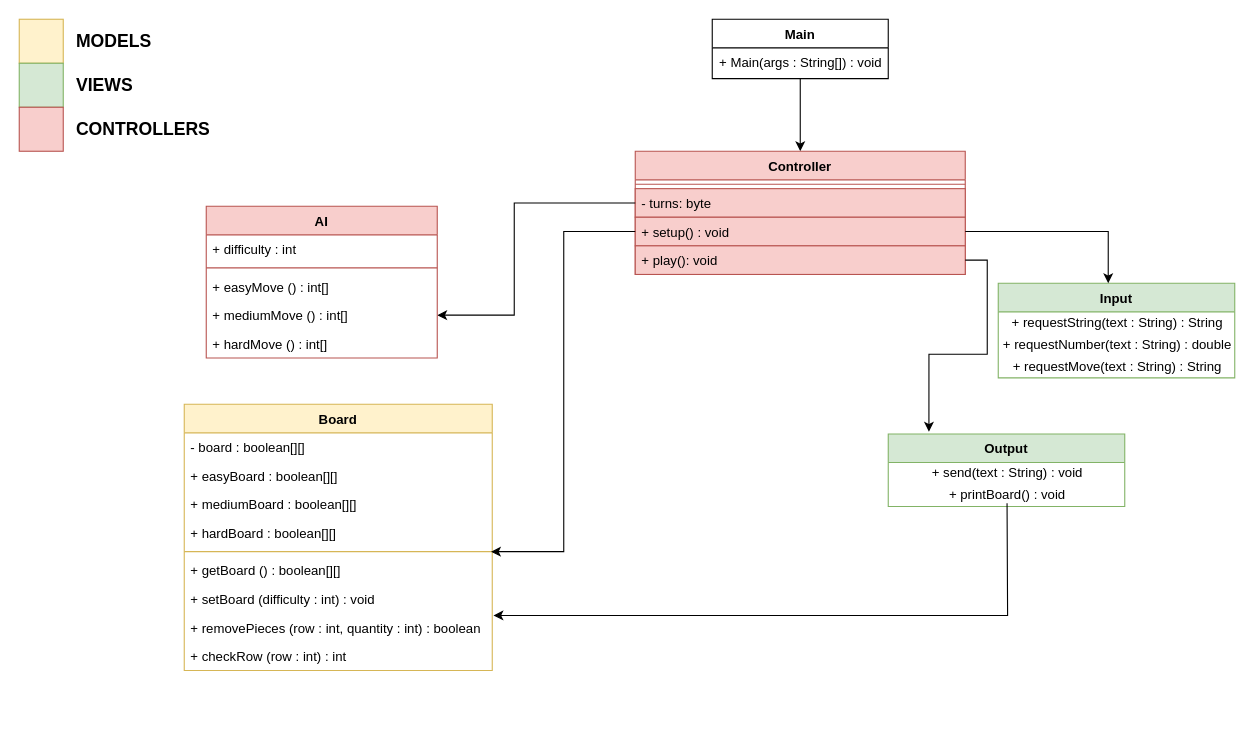
EShrestha/PSE-GameOfNim keeps this draw.io diagram as UML-PSE.drawio. Above is the earlier version. Source tidied: cells renumbered, new cells numbered last; positions are measured from the earlier drawing's top-left corner, leaving out a move shared by most shapes. Both pictures are drawn from the tidied source at 110%, with x=0, y=0 at pixel (19, 19).
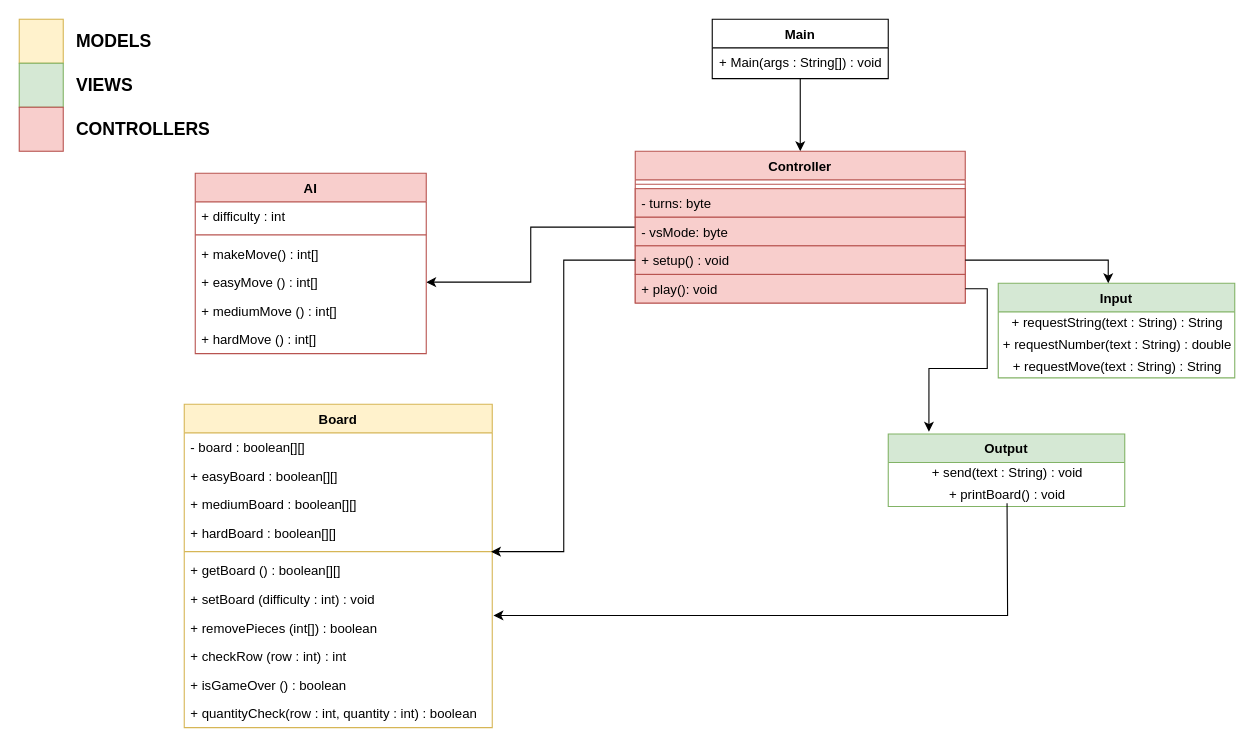
After the change.

Unchanged cells that the change refers to:
```xml
<mxCell id="20" value="- turns: byte" style="text;strokeColor=#b85450;fillColor=#f8cecc;align=left;verticalAlign=top;spacingLeft=4;spacingRight=4;overflow=hidden;points=[[0,0.5],[1,0.5]];portConstraint=eastwest;" parent="18" vertex="1">
  <mxGeometry y="34" width="300" height="26" as="geometry" />
</mxCell>
```

Change to the diagram source:
```diff
@@
+    <mxCell id="44" style="edgeStyle=orthogonalEdgeStyle;rounded=0;jettySize=auto;html=1;exitX=0;exitY=0.5;exitDx=0;exitDy=0;entryX=1;entryY=0.5;entryDx=0;entryDy=0;" parent="1" edge="1" source="18" target="48">
+      <mxGeometry relative="1" as="geometry" />
+    </mxCell>
     <mxCell id="18" value="Controller" style="swimlane;fontStyle=1;align=center;verticalAlign=top;horizontal=1;startSize=26;fillColor=#f8cecc;strokeColor=#b85450;" parent="1" vertex="1">
-      <mxGeometry x="560" y="120" width="300" height="112" as="geometry" />
+      <mxGeometry x="560" y="120" width="300" height="138" as="geometry" />
     </mxCell>
@@
+    <mxCell id="45" value="- vsMode: byte" style="text;strokeColor=#b85450;fillColor=#f8cecc;align=left;verticalAlign=top;spacingLeft=4;spacingRight=4;overflow=hidden;" parent="18" vertex="1">
+      <mxGeometry y="60" width="300" height="26" as="geometry" />
+    </mxCell>
     <mxCell id="21" value="+ setup() : void" style="text;strokeColor=#b85450;fillColor=#f8cecc;align=left;verticalAlign=top;spacingLeft=4;spacingRight=4;overflow=hidden;points=[[0,0.5],[1,0.5]];portConstraint=eastwest;" parent="18" vertex="1">
-      <mxGeometry y="60" width="300" height="26" as="geometry" />
+      <mxGeometry y="86" width="300" height="26" as="geometry" />
     </mxCell>
     <mxCell id="22" value="+ play(): void" style="text;strokeColor=#b85450;fillColor=#f8cecc;align=left;verticalAlign=top;spacingLeft=4;spacingRight=4;overflow=hidden;points=[[0,0.5],[1,0.5]];portConstraint=eastwest;" parent="18" vertex="1">
-      <mxGeometry y="86" width="300" height="26" as="geometry" />
+      <mxGeometry y="112" width="300" height="26" as="geometry" />
     </mxCell>
     <mxCell id="23" value="Board" style="swimlane;fontStyle=1;align=center;verticalAlign=top;horizontal=1;startSize=26;fillColor=#fff2cc;strokeColor=#d6b656;" parent="1" vertex="1">
-      <mxGeometry x="150" y="350" width="280" height="242" as="geometry" />
+      <mxGeometry x="150" y="350" width="280" height="294" as="geometry" />
     </mxCell>
@@
-    <mxCell id="31" value="+ removePieces (row : int, quantity : int) : boolean" style="text;fillColor=none;align=left;verticalAlign=top;spacingLeft=4;spacingRight=4;overflow=hidden;points=[[0,0.5],[1,0.5]];portConstraint=eastwest;" parent="23" vertex="1">
+    <mxCell id="31" value="+ removePieces (int[]) : boolean" style="text;fillColor=none;align=left;verticalAlign=top;spacingLeft=4;spacingRight=4;overflow=hidden;points=[[0,0.5],[1,0.5]];portConstraint=eastwest;" parent="23" vertex="1">
       <mxGeometry y="190" width="280" height="26" as="geometry" />
     </mxCell>
@@
-    <mxCell id="33" style="edgeStyle=orthogonalEdgeStyle;rounded=0;jettySize=auto;html=1;entryX=1;entryY=0.5;entryDx=0;entryDy=0;" parent="1" edge="1" source="20" target="42">
-      <mxGeometry relative="1" as="geometry">
-        <Array as="points">
-          <mxPoint x="450" y="167" />
-          <mxPoint x="450" y="269" />
-        </Array>
-      </mxGeometry>
-    </mxCell>
+    <mxCell id="46" value="+ isGameOver () : boolean" style="text;fillColor=none;align=left;verticalAlign=top;spacingLeft=4;spacingRight=4;overflow=hidden;" parent="23" vertex="1">
+      <mxGeometry y="242" width="280" height="26" as="geometry" />
+    </mxCell>
+    <mxCell id="47" value="+ quantityCheck(row : int, quantity : int) : boolean" style="text;fillColor=none;align=left;verticalAlign=top;spacingLeft=4;spacingRight=4;overflow=hidden;" parent="23" vertex="1">
+      <mxGeometry y="268" width="280" height="26" as="geometry" />
+    </mxCell>
@@
     <mxCell id="38" value="AI" style="swimlane;fontStyle=1;align=center;verticalAlign=top;horizontal=1;startSize=26;fillColor=#f8cecc;strokeColor=#b85450;" parent="1" vertex="1">
-      <mxGeometry x="170" y="170" width="210" height="138" as="geometry" />
+      <mxGeometry x="160" y="140" width="210" height="164" as="geometry" />
     </mxCell>
@@
-    <mxCell id="41" value="+ easyMove () : int[]" style="text;strokeColor=none;fillColor=none;align=left;verticalAlign=top;spacingLeft=4;spacingRight=4;overflow=hidden;" parent="38" vertex="1">
+    <mxCell id="41" value="+ makeMove() : int[]" style="text;strokeColor=none;fillColor=none;align=left;verticalAlign=top;spacingLeft=4;spacingRight=4;overflow=hidden;" parent="38" vertex="1">
       <mxGeometry y="60" width="210" height="26" as="geometry" />
     </mxCell>
+    <mxCell id="48" value="+ easyMove () : int[]" style="text;strokeColor=none;fillColor=none;align=left;verticalAlign=top;spacingLeft=4;spacingRight=4;overflow=hidden;points=[[0,0.5],[1,0.5]];portConstraint=eastwest;" parent="38" vertex="1">
+      <mxGeometry y="86" width="210" height="26" as="geometry" />
+    </mxCell>
     <mxCell id="42" value="+ mediumMove () : int[]" style="text;strokeColor=none;fillColor=none;align=left;verticalAlign=top;spacingLeft=4;spacingRight=4;overflow=hidden;points=[[0,0.5],[1,0.5]];portConstraint=eastwest;" parent="38" vertex="1">
-      <mxGeometry y="86" width="210" height="26" as="geometry" />
+      <mxGeometry y="112" width="210" height="26" as="geometry" />
     </mxCell>
     <mxCell id="43" value="+ hardMove () : int[]" style="text;strokeColor=none;fillColor=none;align=left;verticalAlign=top;spacingLeft=4;spacingRight=4;overflow=hidden;" parent="38" vertex="1">
-      <mxGeometry y="112" width="210" height="26" as="geometry" />
+      <mxGeometry y="138" width="210" height="26" as="geometry" />
     </mxCell>
```
